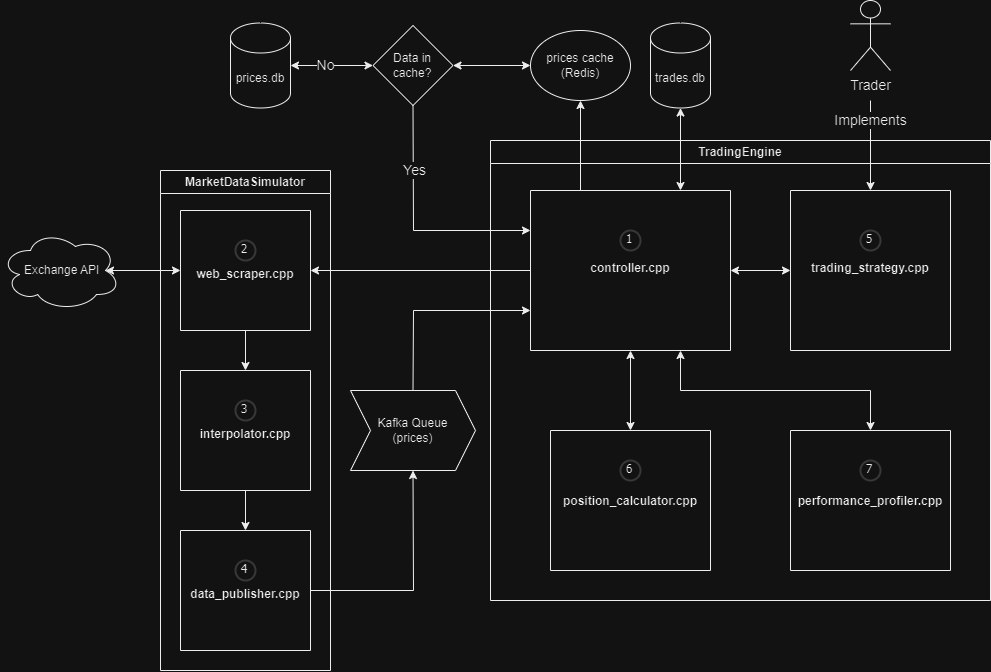
Before: imgs/LLFT-Architecture.drawio.png, a diagram exported from draw.io (Erik-Kelemen/Low-Latency-Trading-Framework). Source tidied: cells renumbered, new cells last; positions are measured from the earlier drawing's top-left corner, leaving out a move shared by most shapes.
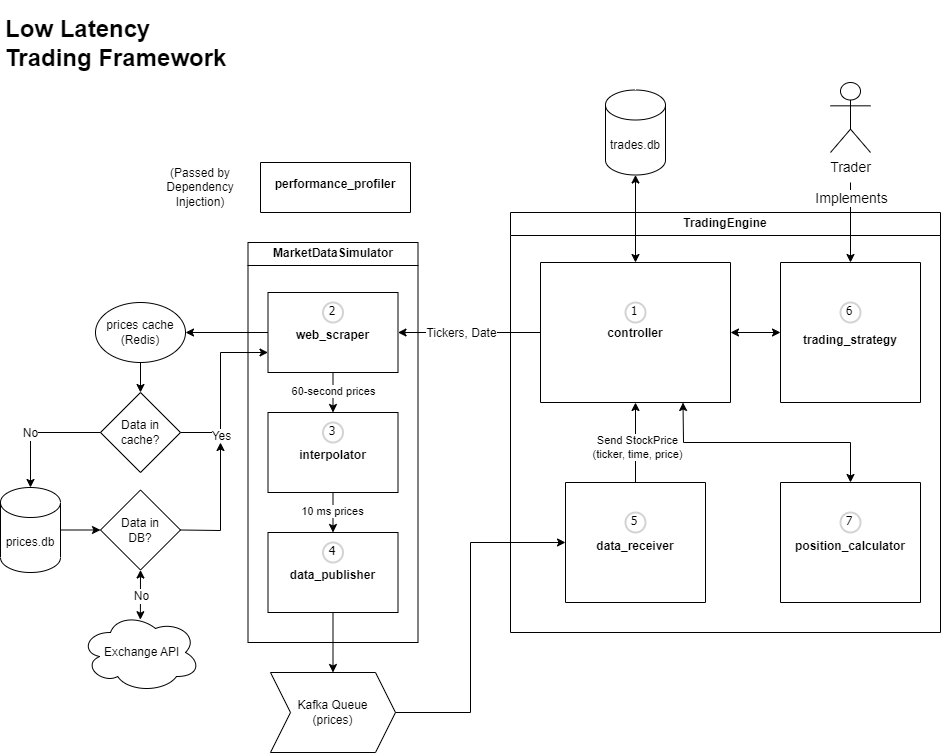
Above is the later version.

Commit message:
Move Redis and SQLite3 to MarketData.drawio.png

What changed in the source:
```diff
@@ -3,76 +3,85 @@
     <mxCell id="0" />
     <mxCell id="1" parent="0" />
     <mxCell id="2" value="TradingEngine" style="swimlane;whiteSpace=wrap;html=1;" parent="1" vertex="1">
-      <mxGeometry x="490" y="140" width="500" height="460" as="geometry" />
+      <mxGeometry x="490" y="150" width="430" height="420" as="geometry" />
     </mxCell>
-    <mxCell id="3" value="&#10;&#10;&#10;&#10;&#10;&#10;&#10;&#10;&#10;&#10;&#10;trading_strategy.cpp" style="swimlane;startSize=0;" parent="2" vertex="1">
-      <mxGeometry x="300" y="50" width="160" height="160" as="geometry" />
+    <mxCell id="3" value="&#10;&#10;&#10;&#10;&#10;&#10;&#10;&#10;&#10;&#10;&#10;trading_strategy" style="swimlane;startSize=0;" parent="2" vertex="1">
+      <mxGeometry x="270" y="50" width="140" height="140" as="geometry" />
     </mxCell>
-    <mxCell id="4" value="5" style="ellipse;whiteSpace=wrap;html=1;strokeWidth=2;fontFamily=Tahoma;spacingBottom=4;spacingRight=2;strokeColor=#d3d3d3;" parent="3" vertex="1">
-      <mxGeometry x="70" y="40" width="20" height="20" as="geometry" />
+    <mxCell id="4" value="6" style="ellipse;whiteSpace=wrap;html=1;strokeWidth=2;fontFamily=Tahoma;spacingBottom=4;spacingRight=2;strokeColor=#d3d3d3;" parent="3" vertex="1">
+      <mxGeometry x="60" y="40" width="20" height="20" as="geometry" />
     </mxCell>
     <mxCell id="5" style="endArrow=classic;startArrow=classic;html=1;rounded=0;exitX=1;exitY=0.5;exitDx=0;exitDy=0;entryX=0;entryY=0.5;entryDx=0;entryDy=0;" parent="2" edge="1" source="6" target="3">
       <mxGeometry relative="1" as="geometry" />
     </mxCell>
-    <mxCell id="6" value="&#10;&#10;&#10;&#10;&#10;&#10;&#10;&#10;&#10;&#10;&#10;controller.cpp" style="swimlane;startSize=0;" parent="2" vertex="1">
-      <mxGeometry x="40" y="50" width="200" height="160" as="geometry" />
+    <mxCell id="6" value="&#10;&#10;&#10;&#10;&#10;&#10;&#10;&#10;&#10;&#10;controller" style="swimlane;startSize=0;" parent="2" vertex="1">
+      <mxGeometry x="30" y="50" width="190" height="140" as="geometry" />
     </mxCell>
     <mxCell id="7" value="1" style="ellipse;whiteSpace=wrap;html=1;strokeWidth=2;fontFamily=Tahoma;spacingBottom=4;spacingRight=2;strokeColor=#d3d3d3;" parent="6" vertex="1">
-      <mxGeometry x="90" y="40" width="20" height="20" as="geometry" />
+      <mxGeometry x="85" y="40" width="20" height="20" as="geometry" />
     </mxCell>
-    <mxCell id="8" value="&#10;&#10;&#10;&#10;&#10;&#10;&#10;&#10;&#10;&#10;performance_profiler.cpp" style="swimlane;startSize=0;" parent="2" vertex="1">
-      <mxGeometry x="300" y="290" width="160" height="140" as="geometry" />
-    </mxCell>
-    <mxCell id="9" value="7" style="ellipse;whiteSpace=wrap;html=1;strokeWidth=2;fontFamily=Tahoma;spacingBottom=4;spacingRight=2;strokeColor=#d3d3d3;" parent="8" vertex="1">
-      <mxGeometry x="70" y="30" width="20" height="20" as="geometry" />
-    </mxCell>
-    <mxCell id="10" style="endArrow=classic;startArrow=classic;html=1;rounded=0;entryX=0.5;entryY=0;entryDx=0;entryDy=0;exitX=0.75;exitY=1;exitDx=0;exitDy=0;" parent="2" edge="1" source="6" target="8">
-      <mxGeometry relative="1" as="geometry">
-        <Array as="points">
-          <mxPoint x="190" y="250" />
-          <mxPoint x="380" y="250" />
-        </Array>
-      </mxGeometry>
-    </mxCell>
-    <mxCell id="11" value="&#10;&#10;&#10;&#10;&#10;&#10;&#10;&#10;&#10;&#10;position_calculator.cpp" style="swimlane;startSize=0;" parent="2" vertex="1">
-      <mxGeometry x="60" y="290" width="160" height="140" as="geometry" />
+    <mxCell id="11" value="&#10;&#10;&#10;&#10;&#10;&#10;&#10;&#10;&#10;data_receiver" style="swimlane;startSize=0;" parent="2" vertex="1">
+      <mxGeometry x="55" y="270" width="140" height="120" as="geometry" />
     </mxCell>
-    <mxCell id="12" value="6" style="ellipse;whiteSpace=wrap;html=1;strokeWidth=2;fontFamily=Tahoma;spacingBottom=4;spacingRight=2;strokeColor=#d3d3d3;" parent="11" vertex="1">
-      <mxGeometry x="70" y="30" width="20" height="20" as="geometry" />
+    <mxCell id="12" value="5" style="ellipse;whiteSpace=wrap;html=1;strokeWidth=2;fontFamily=Tahoma;spacingBottom=4;spacingRight=2;strokeColor=#d3d3d3;" parent="11" vertex="1">
+      <mxGeometry x="60" y="30" width="20" height="20" as="geometry" />
     </mxCell>
+    <mxCell id="43" value="&#10;&#10;&#10;&#10;&#10;&#10;&#10;&#10;&#10;position_calculator" style="swimlane;startSize=0;" parent="2" vertex="1">
+      <mxGeometry x="270" y="270" width="140" height="120" as="geometry" />
+    </mxCell>
+    <mxCell id="9" value="7" style="ellipse;whiteSpace=wrap;html=1;strokeWidth=2;fontFamily=Tahoma;spacingBottom=4;spacingRight=2;strokeColor=#d3d3d3;" parent="43" vertex="1">
+      <mxGeometry x="60" y="30" width="20" height="20" as="geometry" />
+    </mxCell>
-    <mxCell id="13" style="endArrow=classic;startArrow=classic;html=1;rounded=0;entryX=0.5;entryY=1;entryDx=0;entryDy=0;exitX=0.5;exitY=0;exitDx=0;exitDy=0;" parent="2" edge="1" source="11" target="6">
-      <mxGeometry relative="1" as="geometry" />
+    <mxCell id="13" style="endArrow=classic;startArrow=classic;html=1;rounded=0;entryX=0.75;entryY=1;entryDx=0;entryDy=0;exitX=0.5;exitY=0;exitDx=0;exitDy=0;" parent="2" edge="1" source="43" target="6">
+      <mxGeometry relative="1" as="geometry">
+        <Array as="points">
+          <mxPoint x="340" y="230" />
+          <mxPoint x="173" y="230" />
+        </Array>
+      </mxGeometry>
     </mxCell>
+    <mxCell id="44" style="endArrow=classic;html=1;rounded=0;exitX=0.5;exitY=0;exitDx=0;exitDy=0;entryX=0.5;entryY=1;entryDx=0;entryDy=0;" parent="2" edge="1" source="11" target="6">
+      <mxGeometry relative="1" as="geometry" />
+    </mxCell>
+    <mxCell id="45" value="Send StockPrice&lt;br&gt;(ticker, time, price)" style="edgeLabel;html=1;align=center;verticalAlign=middle;" parent="44" vertex="1">
+      <mxGeometry x="-0.11" y="-1" relative="1" as="geometry" />
+    </mxCell>
     <mxCell id="14" value="MarketDataSimulator" style="swimlane;whiteSpace=wrap;html=1;" parent="1" vertex="1">
-      <mxGeometry x="160" y="170" width="170" height="500" as="geometry" />
+      <mxGeometry x="227.5" y="180" width="170" height="400" as="geometry" />
     </mxCell>
-    <mxCell id="15" value="&#10;&#10;&#10;&#10;&#10;&#10;&#10;&#10;&#10;interpolator.cpp" style="swimlane;startSize=0;" parent="14" vertex="1">
-      <mxGeometry x="20" y="200" width="130" height="120" as="geometry" />
+    <mxCell id="15" value="&#10;&#10;&#10;&#10;&#10;&#10;interpolator" style="swimlane;startSize=0;" parent="14" vertex="1">
+      <mxGeometry x="20" y="170" width="130" height="80" as="geometry" />
     </mxCell>
     <mxCell id="16" value="3" style="ellipse;whiteSpace=wrap;html=1;strokeWidth=2;fontFamily=Tahoma;spacingBottom=4;spacingRight=2;strokeColor=#d3d3d3;" parent="15" vertex="1">
-      <mxGeometry x="55" y="30" width="20" height="20" as="geometry" />
+      <mxGeometry x="55" y="10" width="20" height="20" as="geometry" />
     </mxCell>
-    <mxCell id="17" value="&#10;&#10;&#10;&#10;&#10;&#10;&#10;&#10;&#10;data_publisher.cpp" style="swimlane;startSize=0;" parent="14" vertex="1">
-      <mxGeometry x="20" y="360" width="130" height="120" as="geometry" />
+    <mxCell id="17" value="&#10;&#10;&#10;&#10;&#10;&#10;data_publisher" style="swimlane;startSize=0;" parent="14" vertex="1">
+      <mxGeometry x="20" y="290" width="130" height="80" as="geometry" />
     </mxCell>
     <mxCell id="18" value="4" style="ellipse;whiteSpace=wrap;html=1;strokeWidth=2;fontFamily=Tahoma;spacingBottom=4;spacingRight=2;strokeColor=#d3d3d3;" parent="17" vertex="1">
-      <mxGeometry x="55" y="30" width="20" height="20" as="geometry" />
+      <mxGeometry x="55" y="10" width="20" height="20" as="geometry" />
     </mxCell>
-    <mxCell id="19" value="&#10;&#10;&#10;&#10;&#10;&#10;&#10;&#10;&#10;web_scraper.cpp" style="swimlane;startSize=0;" parent="14" vertex="1">
-      <mxGeometry x="20" y="40" width="130" height="120" as="geometry" />
+    <mxCell id="19" value="&#10;&#10;&#10;&#10;&#10;&#10;web_scraper" style="swimlane;startSize=0;" parent="14" vertex="1">
+      <mxGeometry x="20" y="50" width="130" height="80" as="geometry" />
     </mxCell>
     <mxCell id="20" value="2" style="ellipse;whiteSpace=wrap;html=1;strokeWidth=2;fontFamily=Tahoma;spacingBottom=4;spacingRight=2;strokeColor=#d3d3d3;" parent="19" vertex="1">
-      <mxGeometry x="55" y="30" width="20" height="20" as="geometry" />
+      <mxGeometry x="55" y="10" width="20" height="20" as="geometry" />
     </mxCell>
     <mxCell id="21" style="endArrow=classic;html=1;rounded=0;exitX=0.5;exitY=1;exitDx=0;exitDy=0;entryX=0.5;entryY=0;entryDx=0;entryDy=0;" parent="14" edge="1" source="19" target="15">
       <mxGeometry relative="1" as="geometry" />
     </mxCell>
+    <mxCell id="46" value="60-second prices" style="edgeLabel;html=1;align=center;verticalAlign=middle;" parent="21" vertex="1">
+      <mxGeometry x="-0.09" relative="1" as="geometry" />
+    </mxCell>
     <mxCell id="22" style="endArrow=classic;html=1;rounded=0;exitX=0.5;exitY=1;exitDx=0;exitDy=0;entryX=0.5;entryY=0;entryDx=0;entryDy=0;" parent="14" edge="1" source="15" target="17">
       <mxGeometry relative="1" as="geometry" />
     </mxCell>
+    <mxCell id="47" value="10 ms prices" style="edgeLabel;html=1;align=center;verticalAlign=middle;" parent="22" vertex="1">
+      <mxGeometry x="-0.04" y="-1" relative="1" as="geometry" />
+    </mxCell>
     <mxCell id="23" style="endArrow=classic;html=1;rounded=0;entryX=0.5;entryY=0;entryDx=0;entryDy=0;" parent="1" edge="1" target="3">
       <mxGeometry relative="1" as="geometry">
-        <mxPoint x="870" y="100" as="sourcePoint" />
+        <mxPoint x="830" y="120" as="sourcePoint" />
       </mxGeometry>
     </mxCell>
     <mxCell id="24" value="&lt;font style=&quot;font-size: 14px;&quot;&gt;Implements&lt;/font&gt;" style="edgeLabel;html=1;align=center;verticalAlign=middle;" parent="23" vertex="1">
@@ -81,72 +90,107 @@
       </mxGeometry>
     </mxCell>
     <mxCell id="25" value="&lt;font style=&quot;font-size: 14px;&quot;&gt;Trader&lt;/font&gt;" style="shape=umlActor;verticalLabelPosition=bottom;verticalAlign=top;html=1;" parent="1" vertex="1">
-      <mxGeometry x="850" width="40" height="70" as="geometry" />
+      <mxGeometry x="810" y="20" width="40" height="70" as="geometry" />
     </mxCell>
     <mxCell id="26" value="&amp;nbsp;Exchange API" style="ellipse;shape=cloud;whiteSpace=wrap;html=1;" parent="1" vertex="1">
-      <mxGeometry y="230" width="120" height="80" as="geometry" />
+      <mxGeometry x="60" y="550" width="120" height="80" as="geometry" />
     </mxCell>
-    <mxCell id="27" style="endArrow=classic;startArrow=classic;html=1;rounded=0;exitX=0;exitY=0.5;exitDx=0;exitDy=0;entryX=0.875;entryY=0.5;entryDx=0;entryDy=0;entryPerimeter=0;" parent="1" edge="1" source="19" target="26">
+    <mxCell id="27" style="endArrow=classic;startArrow=classic;html=1;rounded=0;entryX=0.5;entryY=1;entryDx=0;entryDy=0;exitX=0.499;exitY=0.09;exitDx=0;exitDy=0;exitPerimeter=0;" parent="1" edge="1" source="26" target="53">
       <mxGeometry relative="1" as="geometry" />
     </mxCell>
+    <mxCell id="48" value="No" style="edgeLabel;html=1;align=center;verticalAlign=middle;fontSize=12;" parent="27" vertex="1">
+      <mxGeometry x="-0.01" relative="1" as="geometry" />
+    </mxCell>
     <mxCell id="28" value="Kafka Queue&lt;br&gt;(prices)" style="shape=step;perimeter=stepPerimeter;whiteSpace=wrap;html=1;fixedSize=1;" parent="1" vertex="1">
-      <mxGeometry x="350" y="390" width="125" height="80" as="geometry" />
+      <mxGeometry x="250" y="610" width="125" height="80" as="geometry" />
     </mxCell>
-    <mxCell id="29" style="endArrow=classic;html=1;rounded=0;exitX=1;exitY=0.5;exitDx=0;exitDy=0;entryX=0.5;entryY=1;entryDx=0;entryDy=0;" parent="1" edge="1" source="17" target="28">
-      <mxGeometry relative="1" as="geometry">
-        <Array as="points">
-          <mxPoint x="413" y="590" />
-        </Array>
-      </mxGeometry>
+    <mxCell id="29" style="endArrow=classic;html=1;rounded=0;exitX=0.5;exitY=1;exitDx=0;exitDy=0;entryX=0.5;entryY=0;entryDx=0;entryDy=0;" parent="1" edge="1" source="17" target="28">
+      <mxGeometry relative="1" as="geometry" />
     </mxCell>
-    <mxCell id="30" style="endArrow=classic;html=1;rounded=0;exitX=0.5;exitY=0;exitDx=0;exitDy=0;entryX=0;entryY=0.75;entryDx=0;entryDy=0;" parent="1" edge="1" source="28" target="6">
+    <mxCell id="30" style="endArrow=classic;html=1;rounded=0;exitX=1;exitY=0.5;exitDx=0;exitDy=0;entryX=0;entryY=0.5;entryDx=0;entryDy=0;" parent="1" edge="1" source="28" target="11">
       <mxGeometry relative="1" as="geometry">
         <Array as="points">
-          <mxPoint x="413" y="310" />
+          <mxPoint x="450" y="650" />
+          <mxPoint x="450" y="480" />
         </Array>
       </mxGeometry>
     </mxCell>
-    <mxCell id="31" style="endArrow=classic;startArrow=classic;html=1;rounded=0;exitX=0.75;exitY=0;exitDx=0;exitDy=0;entryX=0.5;entryY=1;entryDx=0;entryDy=0;entryPerimeter=0;" parent="1" edge="1" source="6" target="42">
+    <mxCell id="31" style="endArrow=classic;startArrow=classic;html=1;rounded=0;exitX=0.5;exitY=0;exitDx=0;exitDy=0;entryX=0.5;entryY=1;entryDx=0;entryDy=0;entryPerimeter=0;" parent="1" edge="1" source="6" target="42">
       <mxGeometry relative="1" as="geometry" />
     </mxCell>
-    <mxCell id="32" value="prices.db" style="shape=cylinder3;whiteSpace=wrap;html=1;boundedLbl=1;backgroundOutline=1;size=15;" parent="1" vertex="1">
-      <mxGeometry x="230" y="22.5" width="60" height="85" as="geometry" />
-    </mxCell>
-    <mxCell id="33" style="endArrow=classic;html=1;rounded=0;exitX=0.25;exitY=0;exitDx=0;exitDy=0;entryX=0.5;entryY=1;entryDx=0;entryDy=0;" parent="1" edge="1" source="6" target="34">
+    <mxCell id="33" style="endArrow=classic;html=1;rounded=0;entryX=1;entryY=0.5;entryDx=0;entryDy=0;exitX=0;exitY=0.5;exitDx=0;exitDy=0;" parent="1" edge="1" source="19" target="34">
       <mxGeometry relative="1" as="geometry" />
     </mxCell>
     <mxCell id="34" value="prices cache&lt;br&gt;(Redis)" style="ellipse;whiteSpace=wrap;html=1;" parent="1" vertex="1">
-      <mxGeometry x="530" y="30" width="100" height="70" as="geometry" />
+      <mxGeometry x="75" y="240" width="90" height="60" as="geometry" />
     </mxCell>
     <mxCell id="35" value="Data in cache?" style="rhombus;whiteSpace=wrap;html=1;" parent="1" vertex="1">
-      <mxGeometry x="372.5" y="25" width="80" height="80" as="geometry" />
+      <mxGeometry x="80" y="330" width="80" height="80" as="geometry" />
     </mxCell>
-    <mxCell id="36" style="endArrow=classic;html=1;rounded=0;entryX=0;entryY=0.25;entryDx=0;entryDy=0;exitX=0.5;exitY=1;exitDx=0;exitDy=0;" parent="1" edge="1" source="35" target="6">
+    <mxCell id="36" style="endArrow=classic;html=1;rounded=0;exitX=1;exitY=0.5;exitDx=0;exitDy=0;entryX=0;entryY=0.75;entryDx=0;entryDy=0;" parent="1" edge="1" source="35" target="19">
       <mxGeometry relative="1" as="geometry">
         <Array as="points">
-          <mxPoint x="413" y="230" />
+          <mxPoint x="200" y="370" />
+          <mxPoint x="200" y="290" />
         </Array>
       </mxGeometry>
     </mxCell>
-    <mxCell id="37" value="&lt;font style=&quot;font-size: 14px;&quot;&gt;Yes&lt;/font&gt;" style="edgeLabel;html=1;align=center;verticalAlign=middle;" parent="36" vertex="1">
-      <mxGeometry x="-0.47" y="1" relative="1" as="geometry" />
+    <mxCell id="37" value="&lt;font style=&quot;font-size: 12px;&quot;&gt;Yes&lt;/font&gt;" style="edgeLabel;html=1;align=center;verticalAlign=middle;fontSize=12;" parent="36" vertex="1">
+      <mxGeometry x="-0.47" y="1" relative="1" as="geometry">
+        <mxPoint x="1" y="8" as="offset" />
+      </mxGeometry>
     </mxCell>
-    <mxCell id="38" style="endArrow=classic;startArrow=classic;html=1;rounded=0;exitX=1;exitY=0.5;exitDx=0;exitDy=0;exitPerimeter=0;entryX=0;entryY=0.5;entryDx=0;entryDy=0;" parent="1" edge="1" source="32" target="35">
-      <mxGeometry relative="1" as="geometry" />
-    </mxCell>
-    <mxCell id="39" value="&lt;font style=&quot;font-size: 14px;&quot;&gt;No&lt;/font&gt;" style="edgeLabel;html=1;align=center;verticalAlign=middle;" parent="38" vertex="1">
-      <mxGeometry x="-0.31" relative="1" as="geometry">
-        <mxPoint x="6" as="offset" />
-      </mxGeometry>
-    </mxCell>
-    <mxCell id="40" style="endArrow=classic;startArrow=classic;html=1;rounded=0;exitX=1;exitY=0.5;exitDx=0;exitDy=0;entryX=0;entryY=0.5;entryDx=0;entryDy=0;" parent="1" edge="1" source="35" target="34">
-      <mxGeometry relative="1" as="geometry" />
-    </mxCell>
+    <mxCell id="42" value="trades.db" style="shape=cylinder3;whiteSpace=wrap;html=1;boundedLbl=1;backgroundOutline=1;size=15;" parent="1" vertex="1">
+      <mxGeometry x="585" y="27.5" width="60" height="85" as="geometry" />
+    </mxCell>
+    <mxCell id="49" style="endArrow=classic;html=1;rounded=0;exitX=0;exitY=0.5;exitDx=0;exitDy=0;entryX=0.5;entryY=0;entryDx=0;entryDy=0;entryPerimeter=0;" parent="1" edge="1" source="35" target="32">
+      <mxGeometry relative="1" as="geometry">
+        <Array as="points">
+          <mxPoint x="10" y="370" />
+        </Array>
+      </mxGeometry>
+    </mxCell>
+    <mxCell id="50" value="No" style="edgeLabel;html=1;align=center;verticalAlign=middle;fontSize=12;" parent="49" vertex="1">
+      <mxGeometry x="-0.29" y="-1" relative="1" as="geometry">
+        <mxPoint x="-26" y="1" as="offset" />
+      </mxGeometry>
+    </mxCell>
     <mxCell id="41" style="endArrow=classic;html=1;rounded=0;exitX=0;exitY=0.5;exitDx=0;exitDy=0;entryX=1;entryY=0.5;entryDx=0;entryDy=0;" parent="1" edge="1" source="6" target="19">
       <mxGeometry relative="1" as="geometry" />
     </mxCell>
-    <mxCell id="42" value="trades.db" style="shape=cylinder3;whiteSpace=wrap;html=1;boundedLbl=1;backgroundOutline=1;size=15;" parent="1" vertex="1">
-      <mxGeometry x="650" y="22.5" width="60" height="85" as="geometry" />
-    </mxCell>
+    <mxCell id="51" value="Tickers, Date" style="edgeLabel;html=1;align=center;verticalAlign=middle;fontSize=12;" parent="41" vertex="1">
+      <mxGeometry x="0.25" y="-1" relative="1" as="geometry">
+        <mxPoint x="9" y="1" as="offset" />
+      </mxGeometry>
+    </mxCell>
+    <mxCell id="52" style="endArrow=classic;html=1;rounded=0;entryX=0;entryY=0.5;entryDx=0;entryDy=0;exitX=1;exitY=0.5;exitDx=0;exitDy=0;exitPerimeter=0;" parent="1" edge="1" source="32" target="53">
+      <mxGeometry relative="1" as="geometry" />
+    </mxCell>
+    <mxCell id="32" value="prices.db" style="shape=cylinder3;whiteSpace=wrap;html=1;boundedLbl=1;backgroundOutline=1;size=15;" parent="1" vertex="1">
+      <mxGeometry x="-20" y="425" width="60" height="85" as="geometry" />
+    </mxCell>
+    <mxCell id="53" value="Data in &lt;br&gt;DB?" style="rhombus;whiteSpace=wrap;html=1;" parent="1" vertex="1">
+      <mxGeometry x="80" y="427.5" width="80" height="80" as="geometry" />
+    </mxCell>
+    <mxCell id="54" style="endArrow=classic;html=1;rounded=0;exitX=1;exitY=0.5;exitDx=0;exitDy=0;" parent="1" edge="1" source="53">
+      <mxGeometry relative="1" as="geometry">
+        <mxPoint x="200" y="380" as="targetPoint" />
+        <Array as="points">
+          <mxPoint x="200" y="468" />
+        </Array>
+      </mxGeometry>
+    </mxCell>
+    <mxCell id="55" style="endArrow=classic;html=1;rounded=0;exitX=0.5;exitY=1;exitDx=0;exitDy=0;entryX=0.5;entryY=0;entryDx=0;entryDy=0;" parent="1" edge="1" source="34" target="35">
+      <mxGeometry relative="1" as="geometry" />
+    </mxCell>
+    <mxCell id="8" value="&#10;&#10;&#10;performance_profiler" style="swimlane;startSize=0;" parent="1" vertex="1">
+      <mxGeometry x="240" y="100" width="150" height="50" as="geometry" />
+    </mxCell>
+    <mxCell id="56" value="&lt;h1&gt;Low Latency Trading Framework&lt;/h1&gt;" style="text;html=1;strokeColor=none;fillColor=none;spacing=5;spacingTop=-20;whiteSpace=wrap;overflow=hidden;rounded=0;" parent="1" vertex="1">
+      <mxGeometry x="-20" y="-52.5" width="232.5" height="80" as="geometry" />
+    </mxCell>
+    <mxCell id="57" value="(Passed by Dependency Injection)" style="text;html=1;strokeColor=none;fillColor=none;align=center;verticalAlign=middle;whiteSpace=wrap;rounded=0;" parent="1" vertex="1">
+      <mxGeometry x="150" y="110" width="60" height="30" as="geometry" />
+    </mxCell>
   </root>
 </mxGraphModel>
```
